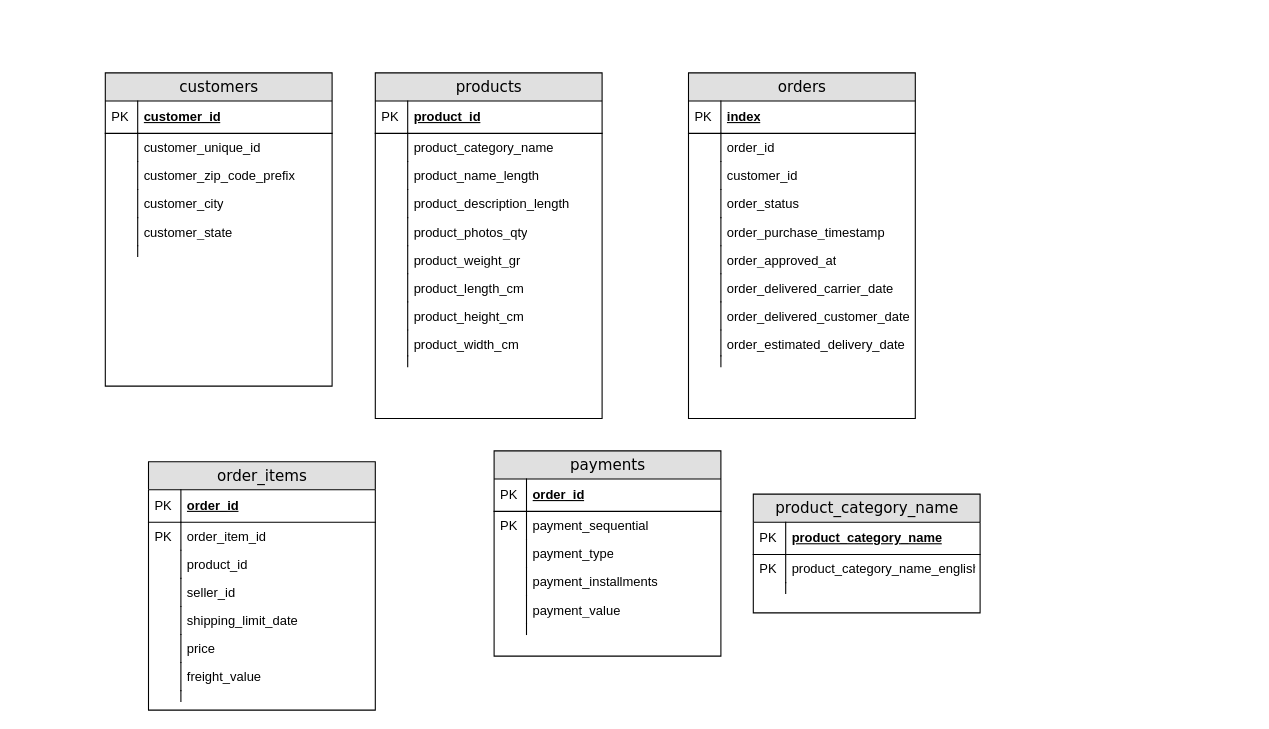
Before: resources/transactional-model.drawio in ergemp/dwh-challenge, a draw.io diagram. Source tidied: cells renumbered, new cells numbered last; positions are measured from the earlier drawing's top-left corner, leaving out a move shared by most shapes. Both pictures are drawn from the tidied source at 108%, with x=0, y=0 at pixel (105, 72).
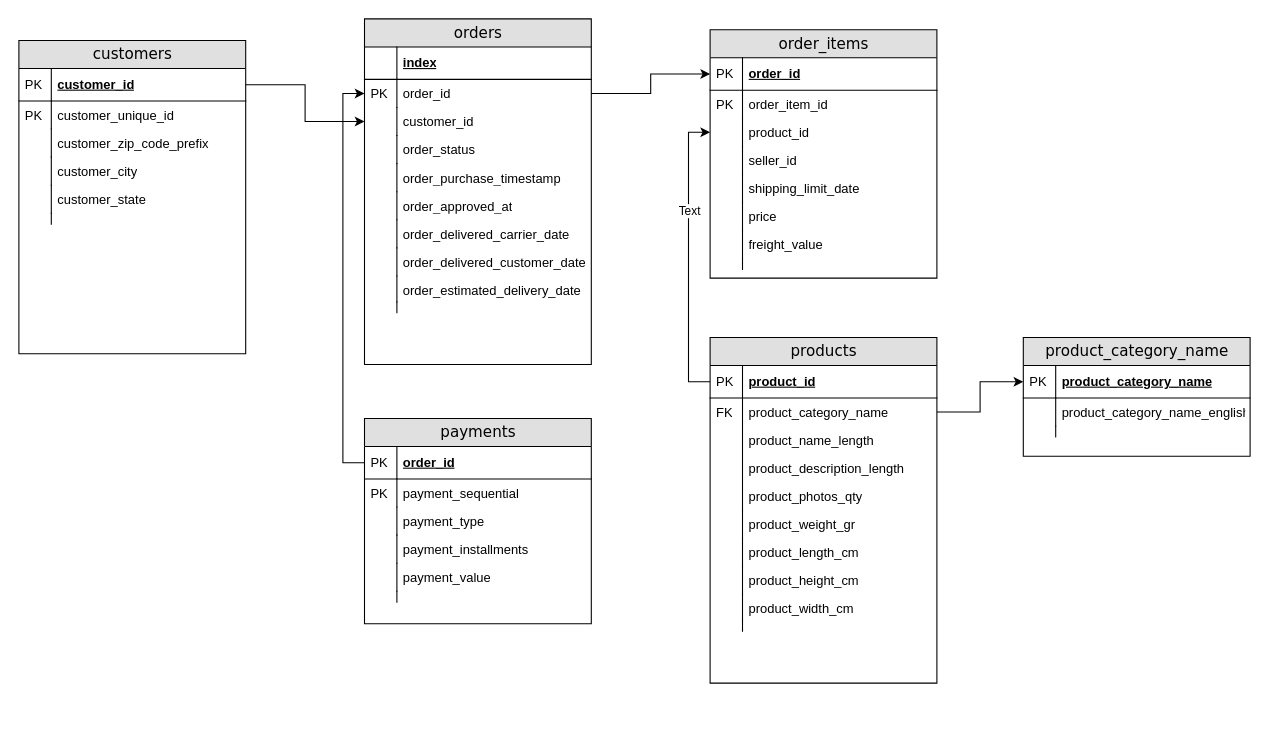
The same page after the edit.

Unchanged cells that the change refers to:
```xml
<mxCell id="3" value="customer_id" style="shape=partialRectangle;top=0;left=0;right=0;bottom=1;html=1;align=left;verticalAlign=middle;fillColor=none;spacingLeft=34;spacingRight=4;whiteSpace=wrap;overflow=hidden;points=[[0,0.5],[1,0.5]];portConstraint=eastwest;fontStyle=5;" parent="2" vertex="1">
  <mxGeometry y="26" width="210" height="30" as="geometry" />
</mxCell>
<mxCell id="5" value="customer_unique_id&lt;span style=&quot;white-space: pre;&quot;&gt;&#9;&lt;/span&gt;" style="shape=partialRectangle;top=0;left=0;right=0;bottom=0;html=1;align=left;verticalAlign=top;fillColor=none;spacingLeft=34;spacingRight=4;whiteSpace=wrap;overflow=hidden;" parent="2" vertex="1">
  <mxGeometry y="56" width="210" height="26" as="geometry" />
</mxCell>
<mxCell id="16" value="product_id" style="shape=partialRectangle;top=0;left=0;right=0;bottom=1;html=1;align=left;verticalAlign=middle;fillColor=none;spacingLeft=34;spacingRight=4;whiteSpace=wrap;overflow=hidden;points=[[0,0.5],[1,0.5]];portConstraint=eastwest;fontStyle=5;" parent="15" vertex="1">
  <mxGeometry y="26" width="210" height="30" as="geometry" />
</mxCell>
<mxCell id="18" value="product_category_name" style="shape=partialRectangle;top=0;left=0;right=0;bottom=0;html=1;align=left;verticalAlign=top;fillColor=none;spacingLeft=34;spacingRight=4;whiteSpace=wrap;overflow=hidden;points=[[0,0.5],[1,0.5]];portConstraint=eastwest;" parent="15" vertex="1">
  <mxGeometry y="56" width="210" height="26" as="geometry" />
</mxCell>
<mxCell id="37" value="index" style="shape=partialRectangle;top=0;left=0;right=0;bottom=1;html=1;align=left;verticalAlign=middle;fillColor=none;spacingLeft=34;spacingRight=4;whiteSpace=wrap;overflow=hidden;fontStyle=5;" parent="36" vertex="1">
  <mxGeometry y="26" width="210" height="30" as="geometry" />
</mxCell>
<mxCell id="39" value="order_id" style="shape=partialRectangle;top=0;left=0;right=0;bottom=0;html=1;align=left;verticalAlign=top;fillColor=none;spacingLeft=34;spacingRight=4;whiteSpace=wrap;overflow=hidden;points=[[0,0.5],[1,0.5]];portConstraint=eastwest;" parent="36" vertex="1">
  <mxGeometry y="56" width="210" height="26" as="geometry" />
</mxCell>
<mxCell id="41" value="customer_id" style="shape=partialRectangle;top=0;left=0;right=0;bottom=0;html=1;align=left;verticalAlign=top;fillColor=none;spacingLeft=34;spacingRight=4;whiteSpace=wrap;overflow=hidden;points=[[0,0.5],[1,0.5]];portConstraint=eastwest;" parent="36" vertex="1">
  <mxGeometry y="82" width="210" height="26" as="geometry" />
</mxCell>
<mxCell id="58" value="order_id" style="shape=partialRectangle;top=0;left=0;right=0;bottom=1;html=1;align=left;verticalAlign=middle;fillColor=none;spacingLeft=34;spacingRight=4;whiteSpace=wrap;overflow=hidden;points=[[0,0.5],[1,0.5]];portConstraint=eastwest;fontStyle=5;" parent="57" vertex="1">
  <mxGeometry y="26" width="210" height="30" as="geometry" />
</mxCell>
<mxCell id="62" value="product_id" style="shape=partialRectangle;top=0;left=0;right=0;bottom=0;html=1;align=left;verticalAlign=top;fillColor=none;spacingLeft=34;spacingRight=4;whiteSpace=wrap;overflow=hidden;points=[[0,0.5],[1,0.5]];portConstraint=eastwest;" parent="57" vertex="1">
  <mxGeometry y="82" width="210" height="26" as="geometry" />
</mxCell>
<mxCell id="75" value="order_id" style="shape=partialRectangle;top=0;left=0;right=0;bottom=1;html=1;align=left;verticalAlign=middle;fillColor=none;spacingLeft=34;spacingRight=4;whiteSpace=wrap;overflow=hidden;points=[[0,0.5],[1,0.5]];portConstraint=eastwest;fontStyle=5;" parent="74" vertex="1">
  <mxGeometry y="26" width="210" height="30" as="geometry" />
</mxCell>
<mxCell id="88" value="product_category_name" style="shape=partialRectangle;top=0;left=0;right=0;bottom=1;html=1;align=left;verticalAlign=middle;fillColor=none;spacingLeft=34;spacingRight=4;whiteSpace=wrap;overflow=hidden;points=[[0,0.5],[1,0.5]];portConstraint=eastwest;fontStyle=5;" parent="87" vertex="1">
  <mxGeometry y="26" width="210" height="30" as="geometry" />
</mxCell>
<mxCell id="90" value="product_category_name_english" style="shape=partialRectangle;top=0;left=0;right=0;bottom=0;html=1;align=left;verticalAlign=top;fillColor=none;spacingLeft=34;spacingRight=4;whiteSpace=wrap;overflow=hidden;" parent="87" vertex="1">
  <mxGeometry y="56" width="210" height="26" as="geometry" />
</mxCell>
```

The edit, as a diff of the source:
```diff
@@
     <mxCell id="2" value="customers" style="swimlane;html=1;fontStyle=0;horizontal=1;startSize=26;fillColor=#e0e0e0;swimlaneFillColor=#ffffff;align=center;rounded=0;shadow=0;comic=0;labelBackgroundColor=none;strokeWidth=1;fontFamily=Verdana;fontSize=14;swimlaneLine=1;" parent="1" vertex="1">
-      <mxGeometry width="210" height="290" as="geometry" />
+      <mxGeometry x="-80" y="-30" width="210" height="290" as="geometry" />
     </mxCell>
@@
-    <mxCell id="6" style="shape=partialRectangle;top=0;left=0;bottom=0;html=1;fillColor=none;align=left;verticalAlign=top;spacingLeft=4;spacingRight=4;whiteSpace=wrap;overflow=hidden;" parent="5" vertex="1">
+    <mxCell id="6" value="PK" style="shape=partialRectangle;top=0;left=0;bottom=0;html=1;fillColor=none;align=left;verticalAlign=top;spacingLeft=4;spacingRight=4;whiteSpace=wrap;overflow=hidden;" parent="5" vertex="1">
       <mxGeometry width="30" height="26" as="geometry" />
     </mxCell>
@@
     <mxCell id="15" value="products" style="swimlane;html=1;fontStyle=0;horizontal=1;startSize=26;fillColor=#e0e0e0;swimlaneFillColor=#ffffff;align=center;rounded=0;shadow=0;comic=0;labelBackgroundColor=none;strokeWidth=1;fontFamily=Verdana;fontSize=14;swimlaneLine=1;" parent="1" vertex="1">
-      <mxGeometry x="250" width="210" height="320" as="geometry" />
+      <mxGeometry x="560" y="245" width="210" height="320" as="geometry" />
     </mxCell>
@@
-    <mxCell id="19" style="shape=partialRectangle;top=0;left=0;bottom=0;html=1;fillColor=none;align=left;verticalAlign=top;spacingLeft=4;spacingRight=4;whiteSpace=wrap;overflow=hidden;" parent="18" vertex="1">
+    <mxCell id="19" value="FK" style="shape=partialRectangle;top=0;left=0;bottom=0;html=1;fillColor=none;align=left;verticalAlign=top;spacingLeft=4;spacingRight=4;whiteSpace=wrap;overflow=hidden;" parent="18" vertex="1">
       <mxGeometry width="30" height="26" as="geometry" />
     </mxCell>
@@
     <mxCell id="36" value="orders" style="swimlane;html=1;fontStyle=0;horizontal=1;startSize=26;fillColor=#e0e0e0;swimlaneFillColor=#ffffff;align=center;rounded=0;shadow=0;comic=0;labelBackgroundColor=none;strokeWidth=1;fontFamily=Verdana;fontSize=14;swimlaneLine=1;" parent="1" vertex="1">
-      <mxGeometry x="540" width="210" height="320" as="geometry" />
+      <mxGeometry x="240" y="-50" width="210" height="320" as="geometry" />
     </mxCell>
@@
-    <mxCell id="38" value="PK" style="shape=partialRectangle;top=0;left=0;bottom=0;html=1;fillColor=none;align=left;verticalAlign=middle;spacingLeft=4;spacingRight=4;whiteSpace=wrap;overflow=hidden;" parent="37" vertex="1">
+    <mxCell id="38" style="shape=partialRectangle;top=0;left=0;bottom=0;html=1;fillColor=none;align=left;verticalAlign=middle;spacingLeft=4;spacingRight=4;whiteSpace=wrap;overflow=hidden;" parent="37" vertex="1">
       <mxGeometry width="30" height="30" as="geometry" />
     </mxCell>
@@
-    <mxCell id="40" style="shape=partialRectangle;top=0;left=0;bottom=0;html=1;fillColor=none;align=left;verticalAlign=top;spacingLeft=4;spacingRight=4;whiteSpace=wrap;overflow=hidden;" parent="39" vertex="1">
+    <mxCell id="40" value="PK" style="shape=partialRectangle;top=0;left=0;bottom=0;html=1;fillColor=none;align=left;verticalAlign=top;spacingLeft=4;spacingRight=4;whiteSpace=wrap;overflow=hidden;" parent="39" vertex="1">
       <mxGeometry width="30" height="26" as="geometry" />
     </mxCell>
@@
     <mxCell id="57" value="order_items" style="swimlane;html=1;fontStyle=0;horizontal=1;startSize=26;fillColor=#e0e0e0;swimlaneFillColor=#ffffff;align=center;rounded=0;shadow=0;comic=0;labelBackgroundColor=none;strokeWidth=1;fontFamily=Verdana;fontSize=14;swimlaneLine=1;" parent="1" vertex="1">
-      <mxGeometry x="40" y="360" width="210" height="230" as="geometry" />
+      <mxGeometry x="560" y="-40" width="210" height="230" as="geometry" />
     </mxCell>
@@
     <mxCell id="74" value="payments" style="swimlane;html=1;fontStyle=0;horizontal=1;startSize=26;fillColor=#e0e0e0;swimlaneFillColor=#ffffff;align=center;rounded=0;shadow=0;comic=0;labelBackgroundColor=none;strokeWidth=1;fontFamily=Verdana;fontSize=14;swimlaneLine=1;" parent="1" vertex="1">
-      <mxGeometry x="360" y="350" width="210" height="190" as="geometry" />
+      <mxGeometry x="240" y="320" width="210" height="190" as="geometry" />
     </mxCell>
@@
     <mxCell id="87" value="product_category_name" style="swimlane;html=1;fontStyle=0;horizontal=1;startSize=26;fillColor=#e0e0e0;swimlaneFillColor=#ffffff;align=center;rounded=0;shadow=0;comic=0;labelBackgroundColor=none;strokeWidth=1;fontFamily=Verdana;fontSize=14;swimlaneLine=1;" parent="1" vertex="1">
-      <mxGeometry x="600" y="390" width="210" height="110" as="geometry" />
+      <mxGeometry x="850" y="245" width="210" height="110" as="geometry" />
     </mxCell>
@@
-    <mxCell id="91" value="PK" style="shape=partialRectangle;top=0;left=0;bottom=0;html=1;fillColor=none;align=left;verticalAlign=top;spacingLeft=4;spacingRight=4;whiteSpace=wrap;overflow=hidden;" parent="90" vertex="1">
+    <mxCell id="91" style="shape=partialRectangle;top=0;left=0;bottom=0;html=1;fillColor=none;align=left;verticalAlign=top;spacingLeft=4;spacingRight=4;whiteSpace=wrap;overflow=hidden;" parent="90" vertex="1">
       <mxGeometry width="30" height="26" as="geometry" />
     </mxCell>
@@
+    <mxCell id="94" style="edgeStyle=orthogonalEdgeStyle;rounded=0;jettySize=auto;html=1;" parent="1" edge="1" source="3" target="41">
+      <mxGeometry relative="1" as="geometry" />
+    </mxCell>
+    <mxCell id="95" style="edgeStyle=orthogonalEdgeStyle;rounded=0;jettySize=auto;html=1;" parent="1" edge="1" source="39" target="58">
+      <mxGeometry relative="1" as="geometry" />
+    </mxCell>
+    <mxCell id="96" style="edgeStyle=orthogonalEdgeStyle;rounded=0;jettySize=auto;html=1;entryX=0;entryY=0.5;entryDx=0;entryDy=0;" parent="1" edge="1" source="18" target="88">
+      <mxGeometry relative="1" as="geometry" />
+    </mxCell>
+    <mxCell id="97" style="edgeStyle=orthogonalEdgeStyle;rounded=0;jettySize=auto;html=1;entryX=0;entryY=0.5;entryDx=0;entryDy=0;" parent="1" edge="1" source="75" target="39">
+      <mxGeometry relative="1" as="geometry" />
+    </mxCell>
+    <mxCell id="98" style="edgeStyle=orthogonalEdgeStyle;rounded=0;jettySize=auto;html=1;entryX=0;entryY=0.5;entryDx=0;entryDy=0;" parent="1" edge="1" source="16" target="62">
+      <mxGeometry relative="1" as="geometry" />
+    </mxCell>
+    <mxCell id="99" value="Text" style="edgeLabel;html=1;align=center;verticalAlign=middle;" parent="98" vertex="1">
+      <mxGeometry x="0.32" relative="1" as="geometry" />
+    </mxCell>
```
